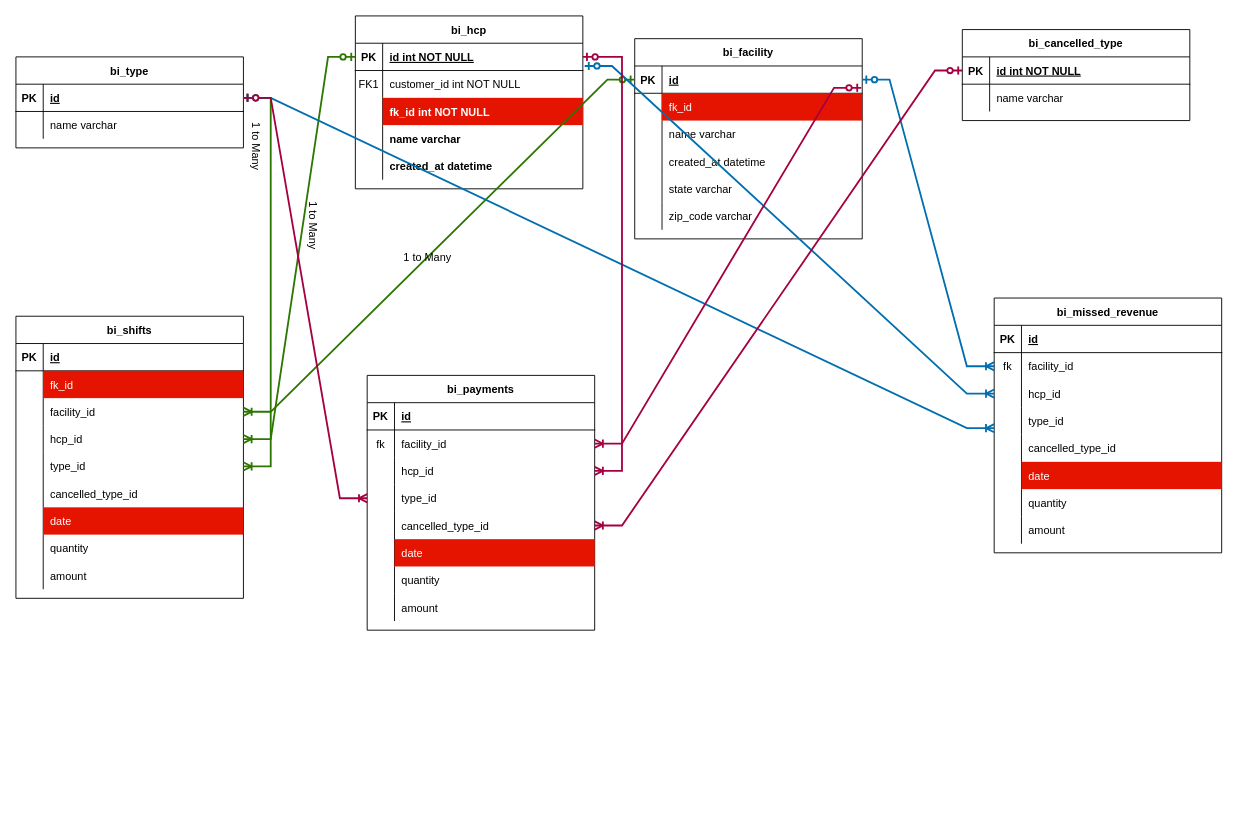
Above: Untitled Diagram.drawio in venkatnr/ybm (draw.io), before the change. Source tidied: cells renumbered, new cells numbered last; positions are measured from the earlier drawing's top-left corner, leaving out a move shared by most shapes. Both pictures are drawn from the tidied source at 91%, with x=0, y=0 at pixel (15, 15).
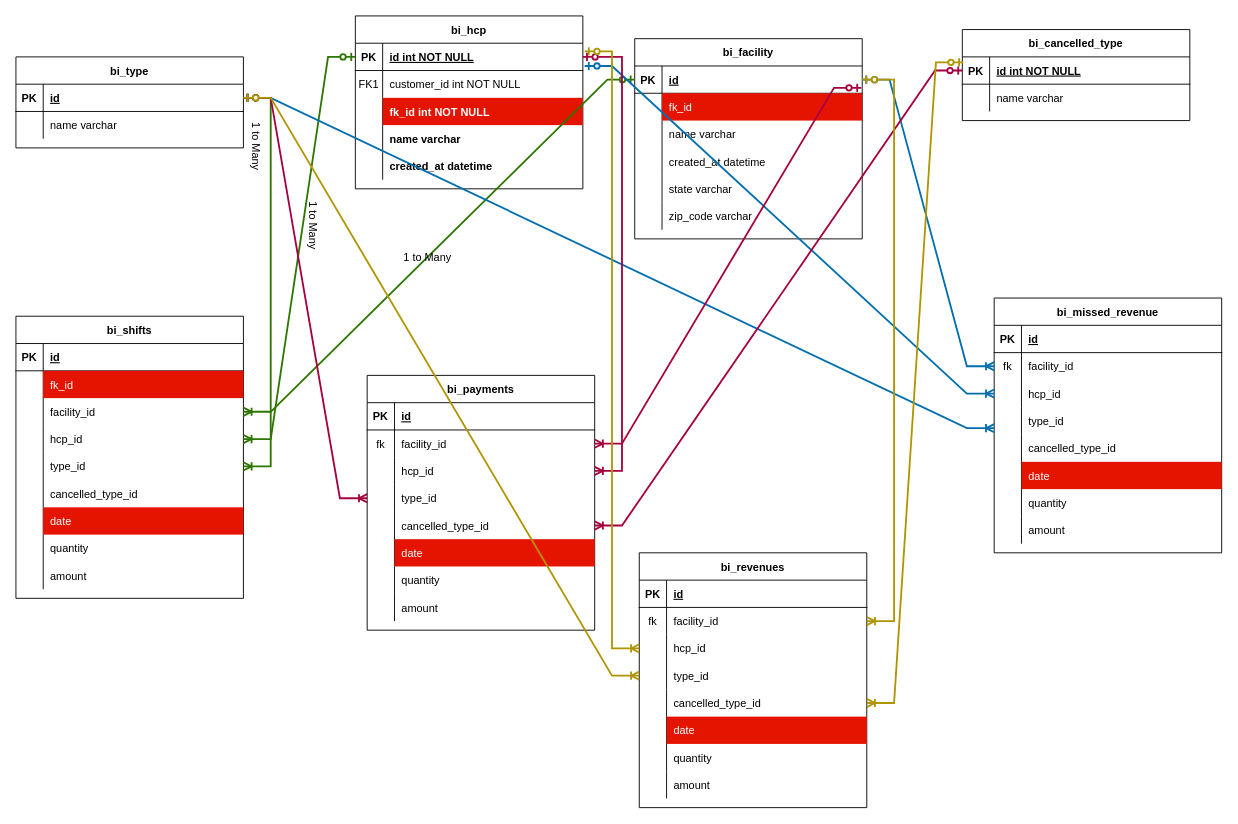
After the change.

The change refers to these unchanged cells:
```xml
<mxCell id="3" style="shape=partialRectangle;fillColor=none;points=[[0,0.5],[1,0.5]];portConstraint=eastwest;top=0;left=0;right=0;bottom=1;" parent="2" vertex="1">
  <mxGeometry y="30" width="250" height="30" as="geometry" />
</mxCell>
<mxCell id="19" style="shape=partialRectangle;fillColor=none;points=[[0,0.5],[1,0.5]];portConstraint=eastwest;top=0;left=0;right=0;bottom=1;" parent="18" vertex="1">
  <mxGeometry y="30" width="250" height="30" as="geometry" />
</mxCell>
<mxCell id="26" style="shape=partialRectangle;fillColor=none;points=[[0,0.5],[1,0.5]];portConstraint=eastwest;top=0;left=0;right=0;bottom=1;" parent="25" vertex="1">
  <mxGeometry y="30" width="250" height="30" as="geometry" />
</mxCell>
<mxCell id="33" style="shape=partialRectangle;fillColor=none;points=[[0,0.5],[1,0.5]];portConstraint=eastwest;top=0;left=0;right=0;bottom=1;" parent="32" vertex="1">
  <mxGeometry y="30" width="250" height="30" as="geometry" />
</mxCell>
```

Change to the diagram source:
```diff
@@
+    <mxCell id="142" value="bi_revenues" style="shape=table;startSize=30;childLayout=tableLayout;rowLines=0;fontStyle=1;align=center;" parent="1" vertex="1">
+      <mxGeometry x="685" y="590" width="250" height="280" as="geometry" />
+    </mxCell>
+    <mxCell id="143" style="shape=partialRectangle;fillColor=none;top=0;left=0;right=0;bottom=1;" parent="142" vertex="1">
+      <mxGeometry y="30" width="250" height="30" as="geometry" />
+    </mxCell>
+    <mxCell id="144" value="PK" style="shape=partialRectangle;overflow=hidden;fillColor=none;top=0;left=0;bottom=0;right=0;fontStyle=1;" parent="143" vertex="1">
+      <mxGeometry width="30" height="30" as="geometry" />
+    </mxCell>
+    <mxCell id="145" value="id" style="shape=partialRectangle;overflow=hidden;fillColor=none;top=0;left=0;bottom=0;right=0;align=left;spacingLeft=6;fontStyle=5;" parent="143" vertex="1">
+      <mxGeometry x="30" width="220" height="30" as="geometry" />
+    </mxCell>
+    <mxCell id="146" style="shape=partialRectangle;fillColor=none;points=[[0,0.5],[1,0.5]];portConstraint=eastwest;top=0;left=0;right=0;bottom=0;" parent="142" vertex="1">
+      <mxGeometry y="60" width="250" height="30" as="geometry" />
+    </mxCell>
+    <mxCell id="147" value="fk" style="shape=partialRectangle;overflow=hidden;fillColor=none;top=0;left=0;bottom=0;right=0;" parent="146" vertex="1">
+      <mxGeometry width="30" height="30" as="geometry" />
+    </mxCell>
+    <mxCell id="148" value="facility_id" style="shape=partialRectangle;overflow=hidden;fillColor=none;top=0;left=0;bottom=0;right=0;align=left;spacingLeft=6;" parent="146" vertex="1">
+      <mxGeometry x="30" width="220" height="30" as="geometry" />
+    </mxCell>
+    <mxCell id="149" style="shape=partialRectangle;fillColor=none;points=[[0,0.5],[1,0.5]];portConstraint=eastwest;top=0;left=0;right=0;bottom=0;" parent="142" vertex="1">
+      <mxGeometry y="90" width="250" height="30" as="geometry" />
+    </mxCell>
+    <mxCell id="150" style="shape=partialRectangle;overflow=hidden;fillColor=none;top=0;left=0;bottom=0;right=0;" parent="149" vertex="1">
+      <mxGeometry width="30" height="30" as="geometry" />
+    </mxCell>
+    <mxCell id="151" value="hcp_id" style="shape=partialRectangle;overflow=hidden;fillColor=none;top=0;left=0;bottom=0;right=0;align=left;spacingLeft=6;" parent="149" vertex="1">
+      <mxGeometry x="30" width="220" height="30" as="geometry" />
+    </mxCell>
+    <mxCell id="152" style="shape=partialRectangle;fillColor=none;points=[[0,0.5],[1,0.5]];portConstraint=eastwest;top=0;left=0;right=0;bottom=0;" parent="142" vertex="1">
+      <mxGeometry y="120" width="250" height="30" as="geometry" />
+    </mxCell>
+    <mxCell id="153" style="shape=partialRectangle;overflow=hidden;fillColor=none;top=0;left=0;bottom=0;right=0;" parent="152" vertex="1">
+      <mxGeometry width="30" height="30" as="geometry" />
+    </mxCell>
+    <mxCell id="154" value="type_id" style="shape=partialRectangle;overflow=hidden;fillColor=none;top=0;left=0;bottom=0;right=0;align=left;spacingLeft=6;" parent="152" vertex="1">
+      <mxGeometry x="30" width="220" height="30" as="geometry" />
+    </mxCell>
+    <mxCell id="155" style="shape=partialRectangle;fillColor=none;points=[[0,0.5],[1,0.5]];portConstraint=eastwest;top=0;left=0;right=0;bottom=0;" parent="142" vertex="1">
+      <mxGeometry y="150" width="250" height="30" as="geometry" />
+    </mxCell>
+    <mxCell id="156" style="shape=partialRectangle;overflow=hidden;fillColor=none;top=0;left=0;bottom=0;right=0;" parent="155" vertex="1">
+      <mxGeometry width="30" height="30" as="geometry" />
+    </mxCell>
+    <mxCell id="157" value="cancelled_type_id    " style="shape=partialRectangle;overflow=hidden;fillColor=none;top=0;left=0;bottom=0;right=0;align=left;spacingLeft=6;" parent="155" vertex="1">
+      <mxGeometry x="30" width="220" height="30" as="geometry" />
+    </mxCell>
+    <mxCell id="158" style="shape=partialRectangle;fillColor=none;top=0;left=0;right=0;bottom=0;" parent="142" vertex="1">
+      <mxGeometry y="180" width="250" height="30" as="geometry" />
+    </mxCell>
+    <mxCell id="159" style="shape=partialRectangle;overflow=hidden;fillColor=none;top=0;left=0;bottom=0;right=0;" parent="158" vertex="1">
+      <mxGeometry width="30" height="30" as="geometry" />
+    </mxCell>
+    <mxCell id="160" value="date" style="shape=partialRectangle;overflow=hidden;fillColor=#e51400;top=0;left=0;bottom=0;right=0;align=left;spacingLeft=6;strokeColor=#B20000;fontColor=#ffffff;" parent="158" vertex="1">
+      <mxGeometry x="30" width="220" height="30" as="geometry" />
+    </mxCell>
+    <mxCell id="161" style="shape=partialRectangle;fillColor=none;top=0;left=0;right=0;bottom=0;" parent="142" vertex="1">
+      <mxGeometry y="210" width="250" height="30" as="geometry" />
+    </mxCell>
+    <mxCell id="162" style="shape=partialRectangle;overflow=hidden;fillColor=none;top=0;left=0;bottom=0;right=0;" parent="161" vertex="1">
+      <mxGeometry width="30" height="30" as="geometry" />
+    </mxCell>
+    <mxCell id="163" value="quantity" style="shape=partialRectangle;overflow=hidden;fillColor=none;top=0;left=0;bottom=0;right=0;align=left;spacingLeft=6;" parent="161" vertex="1">
+      <mxGeometry x="30" width="220" height="30" as="geometry" />
+    </mxCell>
+    <mxCell id="164" style="shape=partialRectangle;fillColor=none;top=0;left=0;right=0;bottom=0;" parent="142" vertex="1">
+      <mxGeometry y="240" width="250" height="30" as="geometry" />
+    </mxCell>
+    <mxCell id="165" style="shape=partialRectangle;overflow=hidden;fillColor=none;top=0;left=0;bottom=0;right=0;" parent="164" vertex="1">
+      <mxGeometry width="30" height="30" as="geometry" />
+    </mxCell>
+    <mxCell id="166" value="amount" style="shape=partialRectangle;overflow=hidden;fillColor=none;top=0;left=0;bottom=0;right=0;align=left;spacingLeft=6;" parent="164" vertex="1">
+      <mxGeometry x="30" width="220" height="30" as="geometry" />
+    </mxCell>
+    <mxCell id="167" style="edgeStyle=entityRelationEdgeStyle;fontSize=12;html=1;endArrow=ERoneToMany;startArrow=ERzeroToOne;rounded=0;strokeWidth=2;fillColor=#e3c800;strokeColor=#B09500;" parent="1" edge="1" source="33" target="146">
+      <mxGeometry relative="1" as="geometry" />
+    </mxCell>
+    <mxCell id="168" style="edgeStyle=entityRelationEdgeStyle;fontSize=12;html=1;endArrow=ERoneToMany;startArrow=ERzeroToOne;rounded=0;strokeWidth=2;exitX=1.008;exitY=0.3;exitDx=0;exitDy=0;exitPerimeter=0;fillColor=#e3c800;strokeColor=#B09500;" parent="1" edge="1" source="3" target="149">
+      <mxGeometry relative="1" as="geometry" />
+    </mxCell>
+    <mxCell id="169" style="edgeStyle=entityRelationEdgeStyle;fontSize=12;html=1;endArrow=ERoneToMany;startArrow=ERzeroToOne;rounded=0;strokeWidth=2;exitX=1;exitY=0.5;exitDx=0;exitDy=0;fillColor=#e3c800;strokeColor=#B09500;" parent="1" edge="1" source="26" target="152">
+      <mxGeometry relative="1" as="geometry" />
+    </mxCell>
+    <mxCell id="170" style="edgeStyle=entityRelationEdgeStyle;fontSize=12;html=1;endArrow=ERoneToMany;startArrow=ERzeroToOne;rounded=0;strokeWidth=2;exitX=0.004;exitY=0.2;exitDx=0;exitDy=0;exitPerimeter=0;fillColor=#e3c800;strokeColor=#B09500;" parent="1" edge="1" source="19" target="155">
+      <mxGeometry relative="1" as="geometry" />
+    </mxCell>
```
